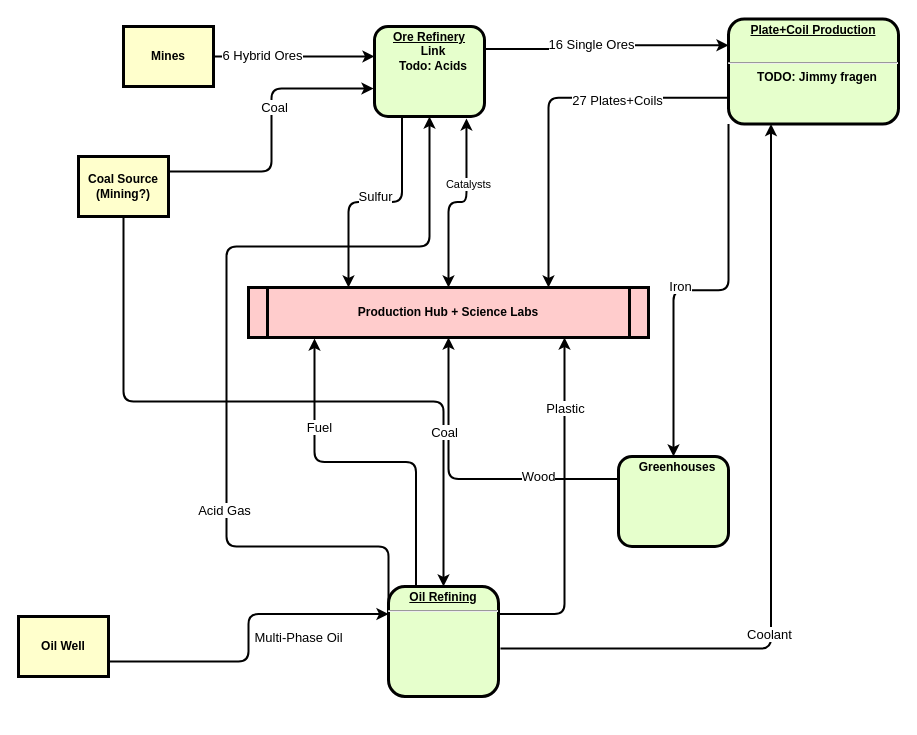
Above: Factory_Main.drawio in monomosc/diagrams (draw.io), before the change. Source tidied: cells renumbered, new cells numbered last; positions are measured from the earlier drawing's top-left corner, leaving out a move shared by most shapes. Both pictures are drawn from the tidied source at 100%, with x=0, y=0 at pixel (18, 18).
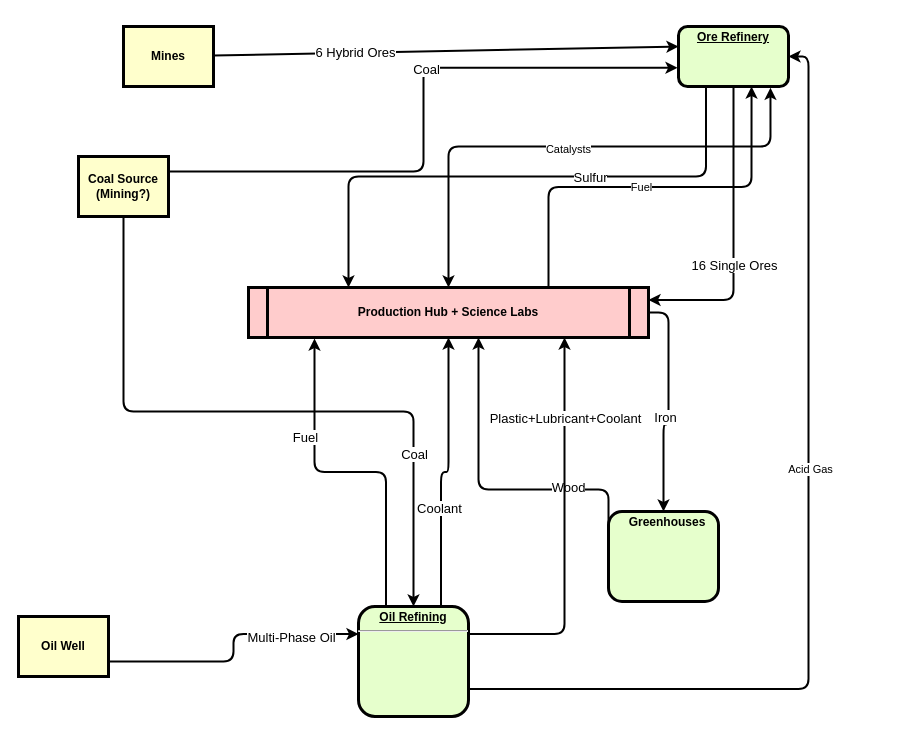
After the change.

Commit message:
Remove Smelting and cleanup

The change refers to these unchanged cells:
```xml
<mxCell id="8" value="Production Hub + Science Labs" style="shape=process;whiteSpace=wrap;align=center;verticalAlign=middle;size=0.0475;fontStyle=1;strokeWidth=3;fillColor=#FFCCCC;" parent="1" vertex="1">
  <mxGeometry x="230" y="269" width="400" height="50" as="geometry" />
</mxCell>
<mxCell id="23" style="edgeStyle=orthogonalEdgeStyle;rounded=1;jettySize=auto;html=1;exitX=1;exitY=0.25;exitDx=0;exitDy=0;entryX=0.79;entryY=1;entryDx=0;entryDy=0;entryPerimeter=0;strokeColor=#000000;strokeWidth=2;fontSize=13;" parent="1" edge="1" source="25" target="8">
  <mxGeometry relative="1" as="geometry" />
</mxCell>
```

What changed in the source:
```diff
@@
     <mxCell id="2" style="edgeStyle=orthogonalEdgeStyle;rounded=1;jettySize=auto;html=1;exitX=0.25;exitY=1;exitDx=0;exitDy=0;entryX=0.25;entryY=0;entryDx=0;entryDy=0;strokeColor=#000000;strokeWidth=2;fontSize=13;" parent="1" edge="1" source="4" target="8">
-      <mxGeometry relative="1" as="geometry" />
+      <mxGeometry relative="1" as="geometry">
+        <Array as="points">
+          <mxPoint x="688" y="158" />
+          <mxPoint x="330" y="158" />
+        </Array>
+      </mxGeometry>
     </mxCell>
     <mxCell id="3" value="Sulfur" style="edgeLabel;html=1;align=center;verticalAlign=middle;fontSize=13;" parent="2" vertex="1">
       <mxGeometry x="-0.39" y="-37" relative="1" as="geometry">
-        <mxPoint x="9.5" y="11" as="offset" />
+        <mxPoint x="-36.5" y="37" as="offset" />
       </mxGeometry>
     </mxCell>
-    <mxCell id="4" value="&lt;p style=&quot;margin: 0px ; margin-top: 4px ; text-align: center ; text-decoration: underline&quot;&gt;&lt;strong&gt;Ore Refinery&lt;/strong&gt;&lt;/p&gt;&lt;p style=&quot;margin: 0px ; margin-left: 8px&quot;&gt;Link&lt;/p&gt;&lt;p style=&quot;margin: 0px ; margin-left: 8px&quot;&gt;Todo: Acids&lt;/p&gt;" style="verticalAlign=middle;align=center;overflow=fill;fontSize=12;fontFamily=Helvetica;html=1;rounded=1;fontStyle=1;strokeWidth=3;fillColor=#E6FFCC;" parent="1" vertex="1">
-      <mxGeometry x="356" y="8" width="110" height="90" as="geometry" />
+    <mxCell id="4" value="&lt;p style=&quot;margin: 0px ; margin-top: 4px ; text-align: center ; text-decoration: underline&quot;&gt;&lt;strong&gt;Ore Refinery&lt;/strong&gt;&lt;/p&gt;&lt;p style=&quot;margin: 0px ; margin-left: 8px&quot;&gt;&lt;br&gt;&lt;/p&gt;" style="verticalAlign=middle;align=center;overflow=fill;fontSize=12;fontFamily=Helvetica;html=1;rounded=1;fontStyle=1;strokeWidth=3;fillColor=#E6FFCC;" parent="1" vertex="1">
+      <mxGeometry x="660" y="8" width="110" height="60" as="geometry" />
     </mxCell>
@@
     <mxCell id="6" style="edgeStyle=orthogonalEdgeStyle;rounded=1;jettySize=auto;html=1;exitX=0.5;exitY=0;exitDx=0;exitDy=0;entryX=0.836;entryY=1.022;entryDx=0;entryDy=0;entryPerimeter=0;strokeWidth=2;jumpStyle=none;startArrow=classic;startFill=1;" parent="1" edge="1" source="8" target="4">
-      <mxGeometry relative="1" as="geometry" />
+      <mxGeometry relative="1" as="geometry">
+        <Array as="points">
+          <mxPoint x="430" y="128" />
+          <mxPoint x="752" y="128" />
+        </Array>
+      </mxGeometry>
     </mxCell>
     <mxCell id="7" value="Catalysts" style="edgeLabel;html=1;align=center;verticalAlign=middle;" parent="6" vertex="1">
-      <mxGeometry x="0.29" y="-2" relative="1" as="geometry" />
+      <mxGeometry x="0.29" y="-2" relative="1" as="geometry">
+        <mxPoint x="-76" as="offset" />
+      </mxGeometry>
     </mxCell>
+    <mxCell id="38" style="edgeStyle=orthogonalEdgeStyle;rounded=1;jumpStyle=none;jettySize=auto;html=1;exitX=0.75;exitY=0;exitDx=0;exitDy=0;entryX=0.664;entryY=1;entryDx=0;entryDy=0;entryPerimeter=0;startArrow=none;startFill=0;strokeColor=#000000;strokeWidth=2;" parent="1" edge="1" source="8" target="4">
+      <mxGeometry relative="1" as="geometry" />
+    </mxCell>
+    <mxCell id="39" value="Fuel" style="edgeLabel;html=1;align=center;verticalAlign=middle;" parent="38" vertex="1">
+      <mxGeometry x="-0.05" y="-4" relative="1" as="geometry">
+        <mxPoint x="1" y="-4.5" as="offset" />
+      </mxGeometry>
+    </mxCell>
@@
-    <mxCell id="9" style="edgeStyle=orthogonalEdgeStyle;rounded=1;jettySize=auto;html=1;exitX=0;exitY=1;exitDx=0;exitDy=0;entryX=0.5;entryY=0;entryDx=0;entryDy=0;fontSize=13;strokeWidth=2;" parent="1" edge="1" source="13" target="16">
+    <mxCell id="9" style="edgeStyle=orthogonalEdgeStyle;rounded=1;jettySize=auto;html=1;exitX=1;exitY=0.5;exitDx=0;exitDy=0;entryX=0.5;entryY=0;entryDx=0;entryDy=0;fontSize=13;strokeWidth=2;" parent="1" edge="1" source="8" target="16">
       <mxGeometry relative="1" as="geometry" />
     </mxCell>
@@
-    <mxCell id="11" style="edgeStyle=orthogonalEdgeStyle;rounded=1;jettySize=auto;html=1;exitX=0;exitY=0.75;exitDx=0;exitDy=0;strokeColor=#000000;strokeWidth=2;fontSize=13;entryX=0.75;entryY=0;entryDx=0;entryDy=0;" parent="1" edge="1" source="13" target="8">
-      <mxGeometry relative="1" as="geometry" />
-    </mxCell>
-    <mxCell id="12" value="27 Plates+Coils" style="edgeLabel;html=1;align=center;verticalAlign=middle;fontSize=13;" parent="11" vertex="1">
-      <mxGeometry x="-0.4" y="2" relative="1" as="geometry" />
-    </mxCell>
-    <mxCell id="13" value="&lt;p style=&quot;margin: 0px ; margin-top: 4px ; text-align: center ; text-decoration: underline&quot;&gt;&lt;strong&gt;Plate+Coil Production&lt;br&gt;&lt;/strong&gt;&lt;/p&gt;&lt;p style=&quot;margin: 0px ; margin-top: 4px ; text-align: center ; text-decoration: underline&quot;&gt;&lt;strong&gt;&lt;br&gt;&lt;/strong&gt;&lt;/p&gt;&lt;hr&gt;&lt;p style=&quot;margin: 0px ; margin-left: 8px&quot;&gt;TODO: Jimmy fragen&lt;/p&gt;" style="verticalAlign=middle;align=center;overflow=fill;fontSize=12;fontFamily=Helvetica;html=1;rounded=1;fontStyle=1;strokeWidth=3;fillColor=#E6FFCC;" parent="1" vertex="1">
-      <mxGeometry x="710" y="0.5" width="170" height="105" as="geometry" />
-    </mxCell>
     <mxCell id="14" style="edgeStyle=orthogonalEdgeStyle;rounded=1;jettySize=auto;html=1;exitX=0;exitY=0.25;exitDx=0;exitDy=0;strokeColor=#000000;strokeWidth=2;fontSize=13;" parent="1" edge="1" source="16" target="8">
-      <mxGeometry relative="1" as="geometry" />
+      <mxGeometry relative="1" as="geometry">
+        <Array as="points">
+          <mxPoint x="460" y="471" />
+        </Array>
+      </mxGeometry>
     </mxCell>
@@
     <mxCell id="16" value="&lt;p style=&quot;margin: 0px ; margin-top: 4px ; text-align: center ; text-decoration: underline&quot;&gt;&lt;/p&gt;&lt;p style=&quot;margin: 0px ; margin-left: 8px&quot;&gt;Greenhouses&lt;/p&gt;&lt;p style=&quot;margin: 0px ; margin-left: 8px&quot;&gt;&lt;br&gt;&lt;/p&gt;&lt;p style=&quot;margin: 0px ; margin-left: 8px&quot;&gt;&lt;br&gt;&lt;/p&gt;" style="verticalAlign=middle;align=center;overflow=fill;fontSize=12;fontFamily=Helvetica;html=1;rounded=1;fontStyle=1;strokeWidth=3;fillColor=#E6FFCC;" parent="1" vertex="1">
-      <mxGeometry x="600" y="438" width="110" height="90" as="geometry" />
+      <mxGeometry x="590" y="493" width="110" height="90" as="geometry" />
     </mxCell>
-    <mxCell id="17" style="edgeStyle=orthogonalEdgeStyle;rounded=1;jettySize=auto;html=1;exitX=1.018;exitY=0.564;exitDx=0;exitDy=0;entryX=0.25;entryY=1;entryDx=0;entryDy=0;strokeColor=#000000;strokeWidth=2;fontSize=13;exitPerimeter=0;" parent="1" edge="1" source="25" target="13">
+    <mxCell id="17" style="edgeStyle=orthogonalEdgeStyle;rounded=1;jettySize=auto;html=1;exitX=0.75;exitY=0;exitDx=0;exitDy=0;entryX=0.5;entryY=1;entryDx=0;entryDy=0;strokeColor=#000000;strokeWidth=2;fontSize=13;" parent="1" edge="1" source="25" target="8">
       <mxGeometry relative="1" as="geometry" />
     </mxCell>
@@
-    <mxCell id="19" style="edgeStyle=orthogonalEdgeStyle;rounded=1;jettySize=auto;html=1;exitX=0;exitY=0.75;exitDx=0;exitDy=0;strokeColor=#000000;strokeWidth=2;fontSize=13;jumpStyle=none;" parent="1" edge="1" source="25" target="4">
-      <mxGeometry relative="1" as="geometry">
-        <Array as="points">
-          <mxPoint x="370" y="528" />
-          <mxPoint x="208" y="528" />
-          <mxPoint x="208" y="228" />
-          <mxPoint x="411" y="228" />
-        </Array>
-      </mxGeometry>
-    </mxCell>
-    <mxCell id="20" value="Acid Gas" style="edgeLabel;html=1;align=center;verticalAlign=middle;fontSize=13;" parent="19" vertex="1">
-      <mxGeometry x="-0.3" y="4" relative="1" as="geometry">
-        <mxPoint x="1" as="offset" />
-      </mxGeometry>
-    </mxCell>
@@
-    <mxCell id="24" value="Plastic" style="edgeLabel;html=1;align=center;verticalAlign=middle;fontSize=13;" parent="23" vertex="1">
+    <mxCell id="24" value="Plastic+Lubricant+Coolant" style="edgeLabel;html=1;align=center;verticalAlign=middle;fontSize=13;" parent="23" vertex="1">
       <mxGeometry x="0.59" relative="1" as="geometry" />
     </mxCell>
+    <mxCell id="19" style="edgeStyle=orthogonalEdgeStyle;rounded=1;jumpStyle=none;jettySize=auto;html=1;exitX=1;exitY=0.75;exitDx=0;exitDy=0;startArrow=none;startFill=0;strokeColor=#000000;strokeWidth=2;entryX=1;entryY=0.5;entryDx=0;entryDy=0;" parent="1" edge="1" source="25" target="4">
+      <mxGeometry relative="1" as="geometry" />
+    </mxCell>
+    <mxCell id="20" value="Acid Gas" style="edgeLabel;html=1;align=center;verticalAlign=middle;" parent="19" vertex="1">
+      <mxGeometry x="0.13" y="-1" relative="1" as="geometry">
+        <mxPoint y="1" as="offset" />
+      </mxGeometry>
+    </mxCell>
     <mxCell id="25" value="&lt;p style=&quot;margin: 0px ; margin-top: 4px ; text-align: center ; text-decoration: underline&quot;&gt;&lt;strong&gt;Oil Refining&lt;/strong&gt;&lt;/p&gt;&lt;hr&gt;&lt;p style=&quot;margin: 0px ; margin-left: 8px&quot;&gt;&lt;br&gt;&lt;/p&gt;" style="verticalAlign=middle;align=center;overflow=fill;fontSize=12;fontFamily=Helvetica;html=1;rounded=1;fontStyle=1;strokeWidth=3;fillColor=#E6FFCC;" parent="1" vertex="1">
-      <mxGeometry x="370" y="568" width="110" height="110" as="geometry" />
+      <mxGeometry x="340" y="588" width="110" height="110" as="geometry" />
     </mxCell>
@@
-    <mxCell id="28" style="edgeStyle=orthogonalEdgeStyle;strokeWidth=2;entryX=0;entryY=0.25;entryDx=0;entryDy=0;exitX=1;exitY=0.25;exitDx=0;exitDy=0;" parent="1" edge="1" source="4" target="13">
-      <mxGeometry relative="1" as="geometry" />
+    <mxCell id="28" style="edgeStyle=orthogonalEdgeStyle;strokeWidth=2;entryX=1;entryY=0.25;entryDx=0;entryDy=0;exitX=0.5;exitY=1;exitDx=0;exitDy=0;" parent="1" edge="1" source="4" target="8">
+      <mxGeometry relative="1" as="geometry">
+        <Array as="points">
+          <mxPoint x="715" y="282" />
+        </Array>
+      </mxGeometry>
     </mxCell>
```
